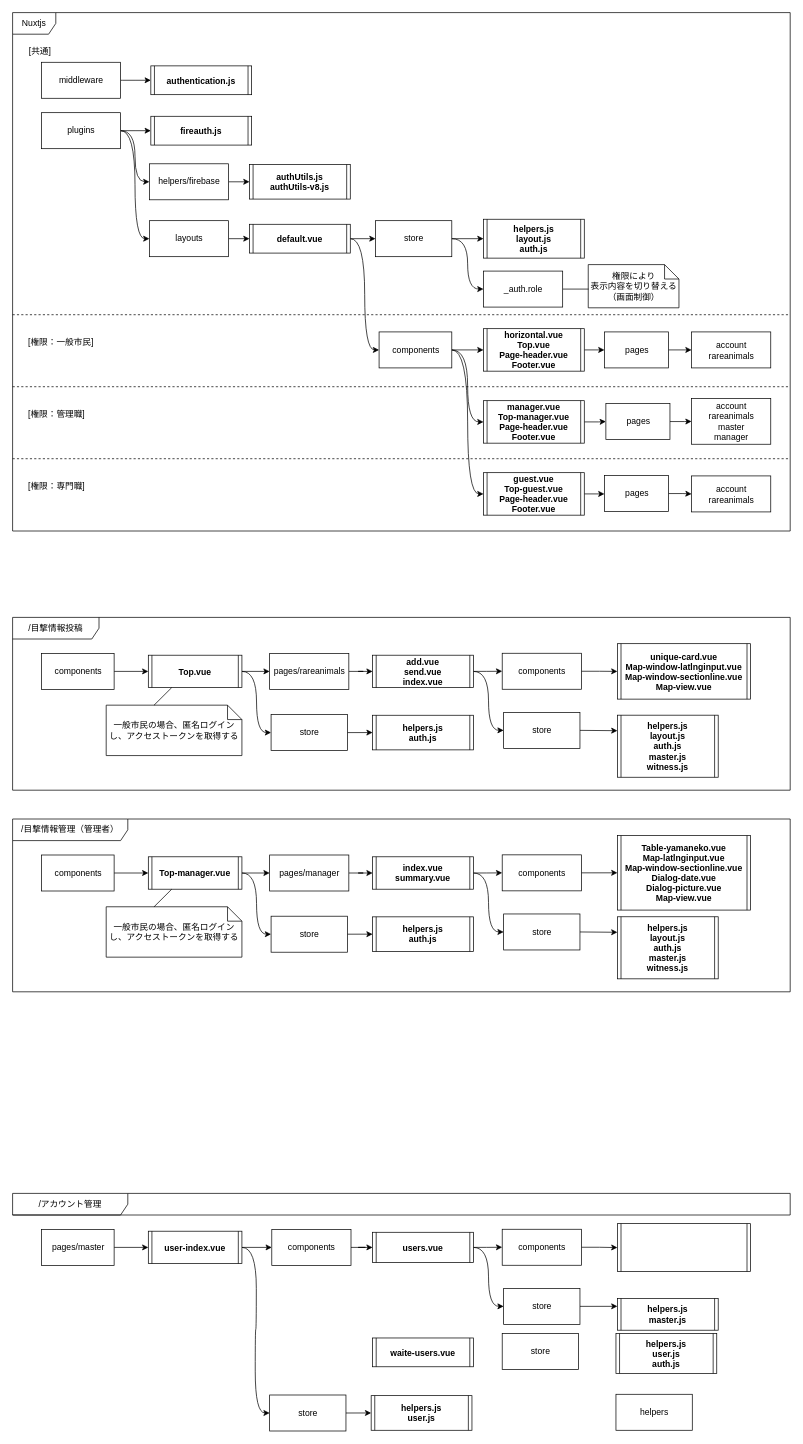
The draw.io diagram page "ディレクトリ構成" (3 of 6) of Iriomote.drawio in kaoru387/draw.io, before the edit. Source tidied: cells renumbered, new cells numbered last; positions are measured from the earlier drawing's top-left corner, leaving out a move shared by most shapes. Both pictures are drawn from the tidied source at 72%, with x=0, y=0 at pixel (12, 12).
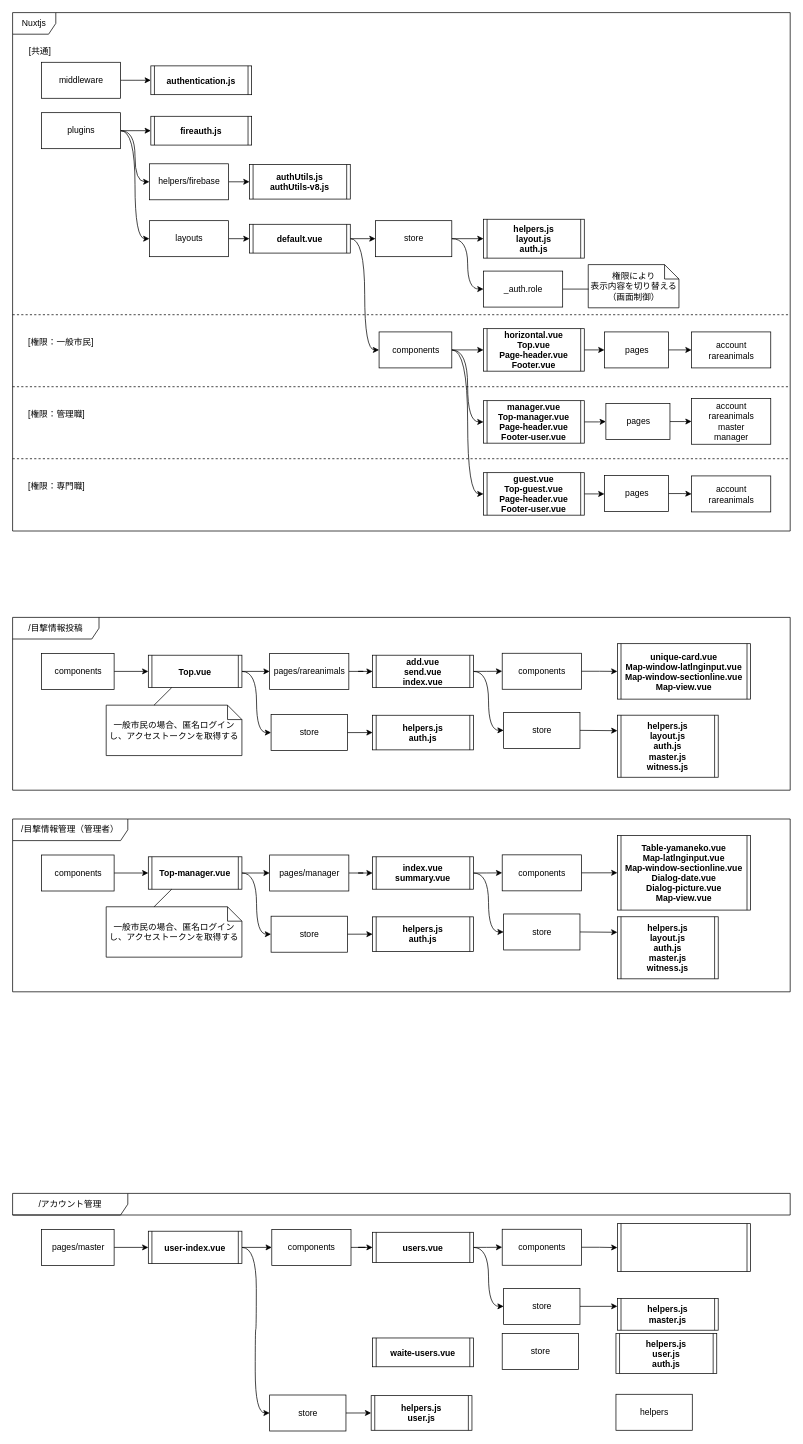
Above is the later version.

Commit message:
Iriomote.drawio を更新します

Diff of the diagram source:
```diff
@@
-    <mxCell id="31" value="manager.vue&#10;Top-manager.vue&#10;Page-header.vue&#10;Footer.vue" style="shape=process2;fixedSize=1;size=5;fontStyle=1;" parent="1" vertex="1">
+    <mxCell id="31" value="manager.vue&#10;Top-manager.vue&#10;Page-header.vue&#10;Footer-user.vue" style="shape=process2;fixedSize=1;size=5;fontStyle=1;" parent="1" vertex="1">
       <mxGeometry x="654" y="539" width="140" height="59" as="geometry" />
     </mxCell>
@@
-    <mxCell id="33" value="guest.vue&#10;Top-guest.vue&#10;Page-header.vue&#10;Footer.vue" style="shape=process2;fixedSize=1;size=5;fontStyle=1;" parent="1" vertex="1">
+    <mxCell id="33" value="guest.vue&#10;Top-guest.vue&#10;Page-header.vue&#10;Footer-user.vue" style="shape=process2;fixedSize=1;size=5;fontStyle=1;" parent="1" vertex="1">
       <mxGeometry x="654" y="639" width="140" height="59" as="geometry" />
     </mxCell>
```
